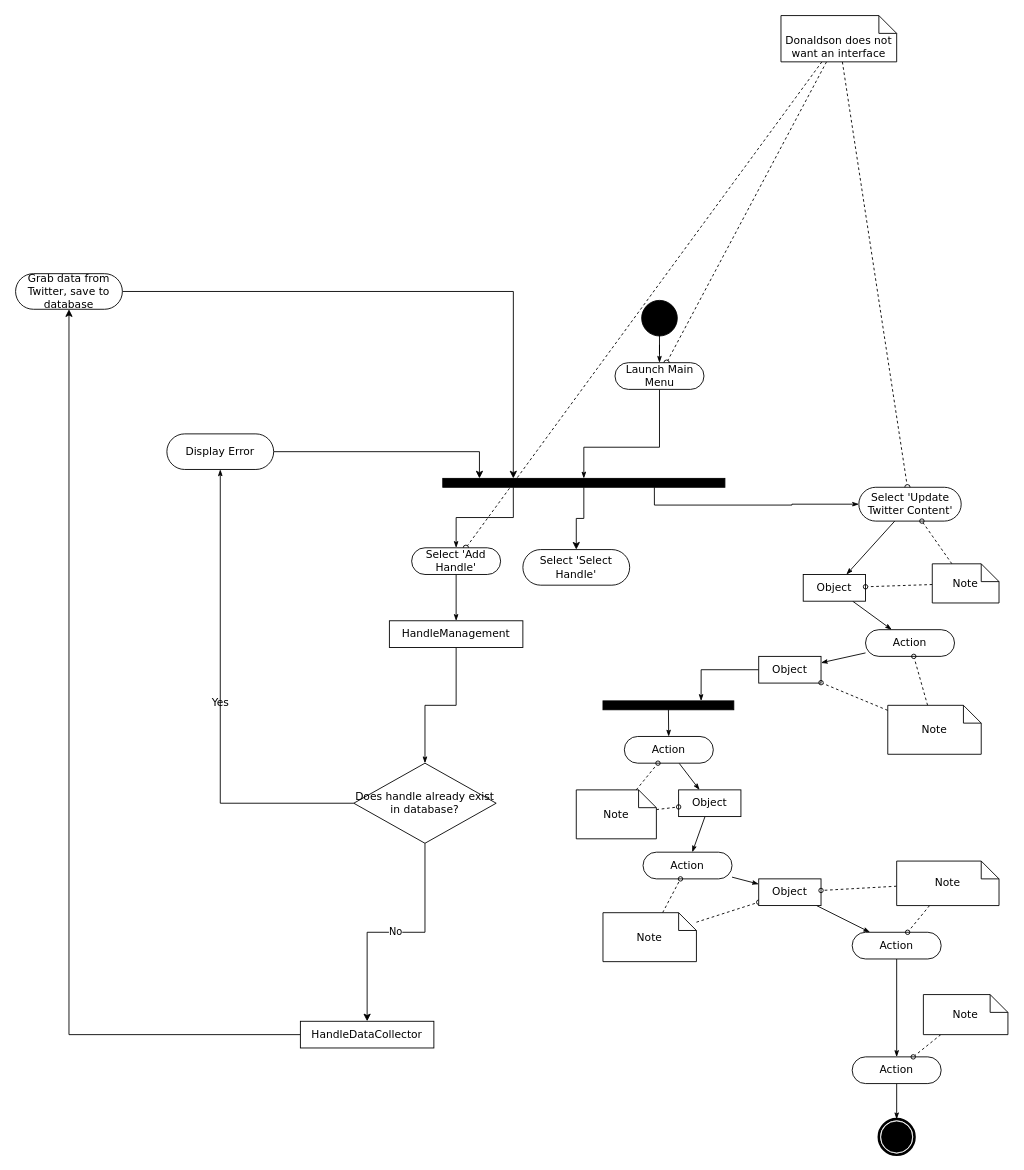
Earlier version of the draw.io diagram uml/dynamic.drawio (agarcia169/4306-Donaldson-Project). Source tidied: cells renumbered, new cells numbered last; positions are measured from the earlier drawing's top-left corner, leaving out a move shared by most shapes. Both pictures are drawn from the tidied source at 89%, with x=0, y=0 at pixel (15, 15).
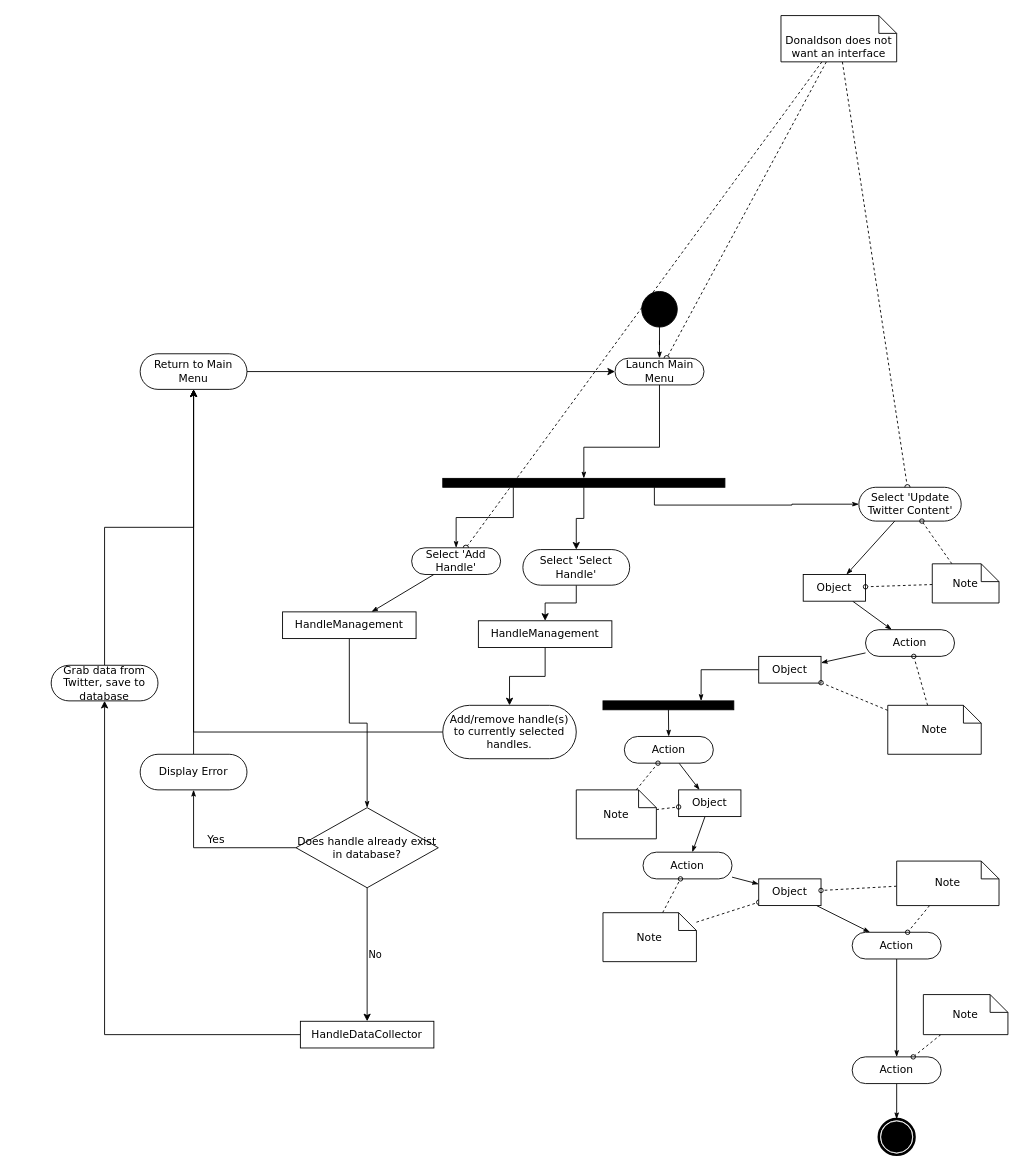
Above is the later version.

Unchanged cells that the change refers to:
```xml
<mxCell id="42" style="whiteSpace=wrap;html=1;rounded=0;shadow=0;comic=0;labelBackgroundColor=none;strokeWidth=1;fillColor=#000000;fontFamily=Verdana;fontSize=12;align=center;rotation=0;points=[[0,0,0,0,0],[0,0.3,0,0,0],[0,0.5,0,0,0],[0,0.7,0,0,0],[0,1,0,0,0],[0.13,0,0,0,0],[0.25,0,0,0,0],[0.25,1,0,0,0],[0.38,0,0,0,0],[0.5,0,0,0,0],[0.5,1,0,0,0],[0.63,0,0,0,0],[0.75,0,0,0,0],[0.75,1,0,0,0],[0.88,0,0,0,0],[1,0,0,0,0],[1,0.3,0,0,0],[1,0.5,0,0,0],[1,0.8,0,0,0],[1,1,0,0,0]];" parent="1" vertex="1">
  <mxGeometry x="480" y="520" width="317" height="10" as="geometry" />
</mxCell>
<mxCell id="48" value="HandleDataCollector" style="rounded=0;whiteSpace=wrap;html=1;shadow=0;comic=0;labelBackgroundColor=none;strokeWidth=1;fontFamily=Verdana;fontSize=12;align=center;arcSize=50;" parent="1" vertex="1">
  <mxGeometry x="320" y="1130" width="150" height="30" as="geometry" />
</mxCell>
<mxCell id="63" value="Select 'Select Handle'" style="rounded=1;whiteSpace=wrap;html=1;shadow=0;comic=0;labelBackgroundColor=none;strokeWidth=1;fontFamily=Verdana;fontSize=12;align=center;arcSize=50;" parent="1" vertex="1">
  <mxGeometry x="570" y="600" width="120" height="40" as="geometry" />
</mxCell>
```

Change to the diagram source:
```diff
@@
-    <mxCell id="10" value="Yes" style="edgeStyle=orthogonalEdgeStyle;rounded=0;labelBackgroundColor=none;startArrow=none;startFill=0;startSize=5;endArrow=classicThin;endFill=1;endSize=5;jettySize=auto;strokeWidth=1;fontFamily=Verdana;fontSize=12;html=1;" parent="1" edge="1" source="60" target="65">
+    <mxCell id="10" value="Yes" style="edgeStyle=orthogonalEdgeStyle;rounded=0;labelBackgroundColor=none;startArrow=none;startFill=0;startSize=5;endArrow=classicThin;endFill=1;endSize=5;jettySize=auto;strokeWidth=1;fontFamily=Verdana;fontSize=12;html=1;verticalAlign=bottom;" parent="1" edge="1" source="60" target="65">
       <mxGeometry relative="1" as="geometry" />
     </mxCell>
@@
     <mxCell id="14" style="ellipse;whiteSpace=wrap;html=1;rounded=0;shadow=0;comic=0;labelBackgroundColor=none;strokeWidth=1;fillColor=#000000;fontFamily=Verdana;fontSize=12;align=center;" parent="1" vertex="1">
-      <mxGeometry x="703.5" y="320" width="40" height="40" as="geometry" />
+      <mxGeometry x="703.5" y="310" width="40" height="40" as="geometry" />
     </mxCell>
     <mxCell id="15" value="Launch Main Menu" style="rounded=1;whiteSpace=wrap;html=1;shadow=0;comic=0;labelBackgroundColor=none;strokeWidth=1;fontFamily=Verdana;fontSize=12;align=center;arcSize=50;" parent="1" vertex="1">
-      <mxGeometry x="673.5" y="390" width="100" height="30" as="geometry" />
+      <mxGeometry x="673.5" y="385" width="100" height="30" as="geometry" />
     </mxCell>
@@
-    <mxCell id="59" value="No" style="edgeStyle=orthogonalEdgeStyle;rounded=0;jettySize=auto;html=1;endArrow=classic;endFill=1;fontFamily=Verdana;" parent="1" edge="1" source="60" target="48">
+    <mxCell id="59" value="No" style="edgeStyle=orthogonalEdgeStyle;rounded=0;jettySize=auto;html=1;endArrow=classic;endFill=1;fontFamily=Verdana;verticalAlign=middle;align=left;" parent="1" edge="1" source="60" target="48">
       <mxGeometry relative="1" as="geometry" />
     </mxCell>
     <mxCell id="60" value="Does handle already exist in database?" style="rhombus;shadow=0;fontFamily=Verdana;fontSize=12;fontColor=rgb(0, 0, 0);align=center;strokeColor=rgb(0, 0, 0);strokeWidth=1;fillColor=rgb(255, 255, 255);html=1;comic=0;whiteSpace=wrap;" parent="1" vertex="1">
-      <mxGeometry x="380" y="840" width="160" height="90" as="geometry" />
+      <mxGeometry x="315" y="890" width="160" height="90" as="geometry" />
     </mxCell>
@@
     <mxCell id="62" value="&lt;div&gt;HandleManagement&lt;/div&gt;" style="rounded=0;whiteSpace=wrap;html=1;shadow=0;comic=0;labelBackgroundColor=none;strokeWidth=1;fontFamily=Verdana;fontSize=12;align=center;arcSize=50;" parent="1" vertex="1">
-      <mxGeometry x="420" y="680" width="150" height="30" as="geometry" />
+      <mxGeometry x="300" y="670" width="150" height="30" as="geometry" />
     </mxCell>
+    <mxCell id="68" style="edgeStyle=orthogonalEdgeStyle;rounded=0;jettySize=auto;html=1;fontFamily=Verdana;endArrow=classic;endFill=1;" parent="1" edge="1" source="63" target="71">
+      <mxGeometry relative="1" as="geometry" />
+    </mxCell>
@@
-    <mxCell id="64" style="edgeStyle=orthogonalEdgeStyle;rounded=0;jettySize=auto;html=1;entryX=0.13;entryY=0;entryDx=0;entryDy=0;entryPerimeter=0;" parent="1" edge="1" source="65" target="42">
-      <mxGeometry relative="1" as="geometry" />
-    </mxCell>
+    <mxCell id="69" style="edgeStyle=orthogonalEdgeStyle;rounded=0;jettySize=auto;html=1;fontFamily=Verdana;endArrow=classic;endFill=1;" parent="1" edge="1" source="65" target="75">
+      <mxGeometry relative="1" as="geometry" />
+    </mxCell>
     <mxCell id="65" value="Display Error" style="rounded=1;whiteSpace=wrap;html=1;shadow=0;comic=0;labelBackgroundColor=none;strokeWidth=1;fontFamily=Verdana;fontSize=12;align=center;arcSize=50;" parent="1" vertex="1">
-      <mxGeometry x="170" y="470" width="120" height="40" as="geometry" />
+      <mxGeometry x="140" y="830" width="120" height="40" as="geometry" />
     </mxCell>
-    <mxCell id="66" style="edgeStyle=orthogonalEdgeStyle;rounded=0;jettySize=auto;html=1;fontFamily=Verdana;endArrow=classic;endFill=1;entryX=0.25;entryY=0;entryDx=0;entryDy=0;entryPerimeter=0;" parent="1" edge="1" source="67" target="42">
+    <mxCell id="66" style="edgeStyle=orthogonalEdgeStyle;rounded=0;jettySize=auto;html=1;fontFamily=Verdana;endArrow=classic;endFill=1;" parent="1" edge="1" source="67" target="75">
       <mxGeometry relative="1" as="geometry" />
     </mxCell>
     <mxCell id="67" value="Grab data from Twitter, save to database" style="rounded=1;whiteSpace=wrap;html=1;shadow=0;comic=0;labelBackgroundColor=none;strokeWidth=1;fontFamily=Verdana;fontSize=12;align=center;arcSize=50;" parent="1" vertex="1">
-      <mxGeometry y="290" width="120" height="40" as="geometry" />
+      <mxGeometry x="40" y="730" width="120" height="40" as="geometry" />
     </mxCell>
+    <mxCell id="70" style="edgeStyle=orthogonalEdgeStyle;rounded=0;jettySize=auto;html=1;fontFamily=Verdana;endArrow=classic;endFill=1;" parent="1" edge="1" source="71" target="73">
+      <mxGeometry relative="1" as="geometry" />
+    </mxCell>
+    <mxCell id="71" value="&lt;div&gt;HandleManagement&lt;/div&gt;" style="rounded=0;whiteSpace=wrap;html=1;shadow=0;comic=0;labelBackgroundColor=none;strokeWidth=1;fontFamily=Verdana;fontSize=12;align=center;arcSize=50;" parent="1" vertex="1">
+      <mxGeometry x="520" y="680" width="150" height="30" as="geometry" />
+    </mxCell>
+    <mxCell id="72" style="edgeStyle=orthogonalEdgeStyle;rounded=0;jettySize=auto;html=1;fontFamily=Verdana;endArrow=classic;endFill=1;" parent="1" edge="1" source="73" target="75">
+      <mxGeometry relative="1" as="geometry" />
+    </mxCell>
+    <mxCell id="73" value="&lt;div&gt;Add/remove handle(s) to currently selected handles.&lt;/div&gt;" style="rounded=1;whiteSpace=wrap;html=1;shadow=0;comic=0;labelBackgroundColor=none;strokeWidth=1;fontFamily=Verdana;fontSize=12;align=center;arcSize=50;" parent="1" vertex="1">
+      <mxGeometry x="480" y="775" width="150" height="60" as="geometry" />
+    </mxCell>
+    <mxCell id="74" style="edgeStyle=orthogonalEdgeStyle;rounded=0;jettySize=auto;html=1;fontFamily=Verdana;endArrow=classic;endFill=1;" parent="1" edge="1" source="75" target="15">
+      <mxGeometry relative="1" as="geometry" />
+    </mxCell>
+    <mxCell id="75" value="Return to Main Menu" style="rounded=1;whiteSpace=wrap;html=1;shadow=0;comic=0;labelBackgroundColor=none;strokeWidth=1;fontFamily=Verdana;fontSize=12;align=center;arcSize=50;" parent="1" vertex="1">
+      <mxGeometry x="140" y="380" width="120" height="40" as="geometry" />
+    </mxCell>
```
